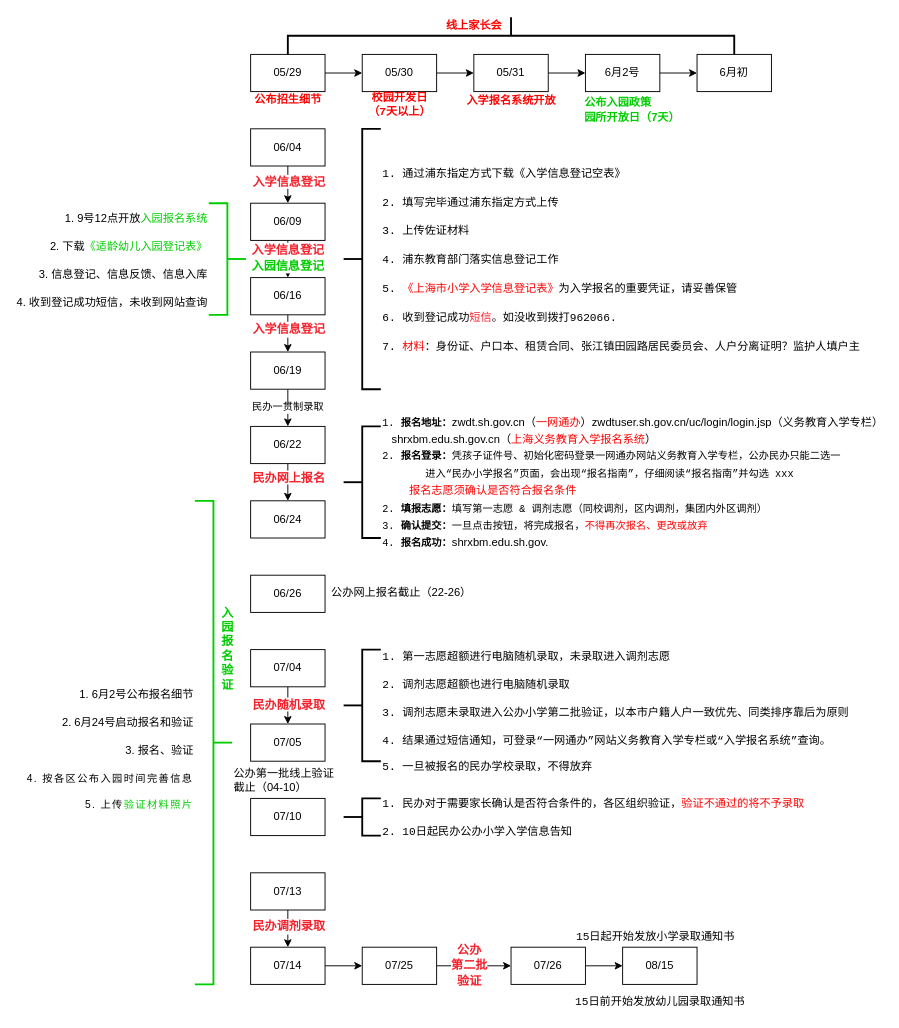
The draw.io diagram page "2022入学" (2 of 2) of 生活设计.drawio in JudeSheng/design, before the edit. Source tidied: cells renumbered, new cells numbered last; positions are measured from the earlier drawing's top-left corner, leaving out a move shared by most shapes. Both pictures are drawn from the tidied source at 93%, with x=0, y=0 at pixel (194, 17).
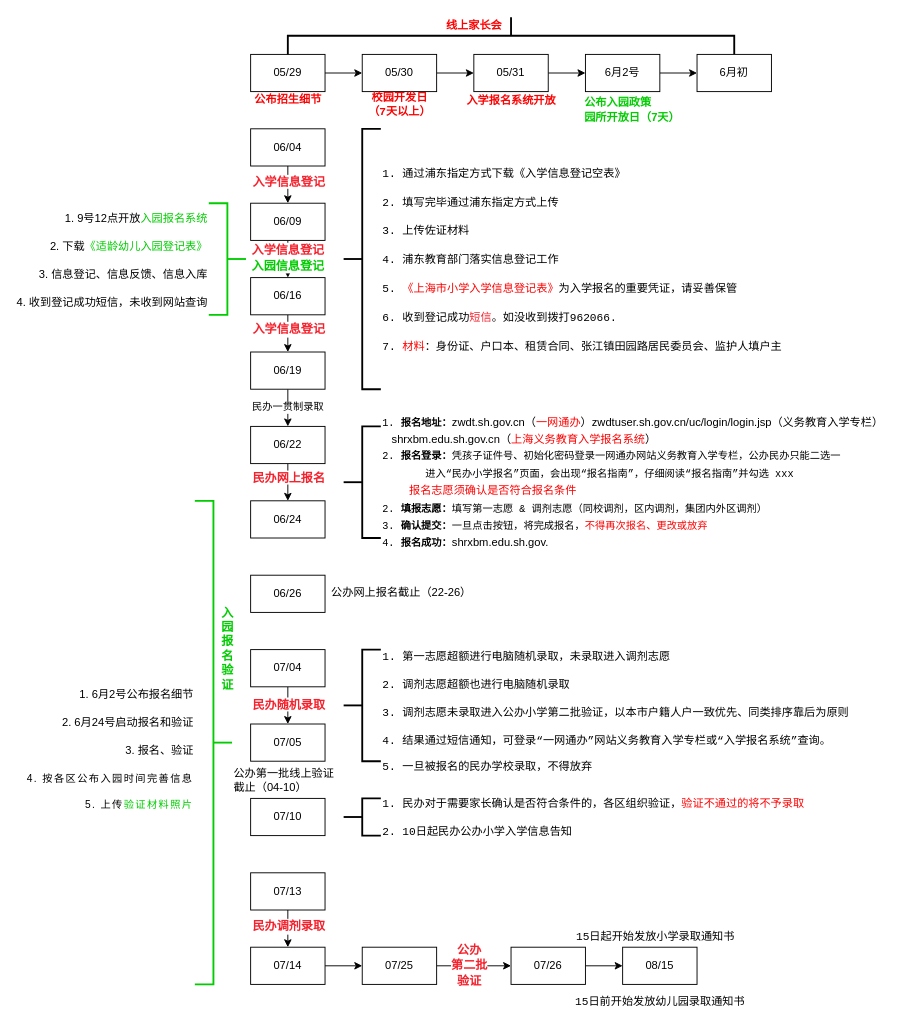
Above is the later version.

Change to the diagram source:
```diff
@@
-    <mxCell id="29" value="&lt;p style=&quot;line-height: 1.5;&quot;&gt;&lt;font face=&quot;Courier New&quot;&gt;&lt;font style=&quot;font-size: 12px;&quot;&gt;1. 通过浦东指定方式下载&lt;font style=&quot;font-size: 12px;&quot;&gt;《&lt;span style=&quot;background-color: initial; font-size: 12px;&quot;&gt;入学信息登记空表&lt;/span&gt;&lt;span style=&quot;background-color: initial; font-size: 12px;&quot;&gt;》&lt;/span&gt;&lt;/font&gt;&lt;/font&gt;&lt;/font&gt;&lt;/p&gt;&lt;p style=&quot;line-height: 1.5;&quot;&gt;&lt;font face=&quot;Courier New&quot;&gt;&lt;font style=&quot;font-size: 12px;&quot;&gt;&lt;font style=&quot;font-size: 12px;&quot;&gt;&lt;span style=&quot;background-color: initial; font-size: 12px;&quot;&gt;2. 填写完毕通过浦东指定方式上传&lt;/span&gt;&lt;/font&gt;&lt;/font&gt;&lt;/font&gt;&lt;/p&gt;&lt;p style=&quot;line-height: 1.5;&quot;&gt;&lt;font face=&quot;Courier New&quot;&gt;&lt;font style=&quot;font-size: 12px;&quot;&gt;&lt;span style=&quot;background-color: initial;&quot;&gt;3. 上传佐证材料&lt;/span&gt;&lt;/font&gt;&lt;/font&gt;&lt;/p&gt;&lt;p style=&quot;line-height: 1.5;&quot;&gt;&lt;font face=&quot;Courier New&quot;&gt;&lt;font style=&quot;font-size: 12px;&quot;&gt;&lt;span style=&quot;background-color: initial;&quot;&gt;4. 浦东&lt;/span&gt;&lt;/font&gt;&lt;span style=&quot;background-color: initial;&quot;&gt;教育部门落实信息登记工作&lt;/span&gt;&lt;/font&gt;&lt;/p&gt;&lt;p style=&quot;line-height: 1.5;&quot;&gt;&lt;font face=&quot;Courier New&quot;&gt;&lt;span style=&quot;background-color: initial;&quot;&gt;5.&amp;nbsp;&lt;/span&gt;&lt;span style=&quot;background-color: initial;&quot;&gt;&lt;font color=&quot;#ff0000&quot;&gt;《上海市小学入学信息登记表》&lt;/font&gt;为入学报名的重要凭证，请妥善保管&lt;/span&gt;&lt;/font&gt;&lt;/p&gt;&lt;p style=&quot;line-height: 1.5;&quot;&gt;&lt;font face=&quot;Courier New&quot;&gt;&lt;span style=&quot;background-color: initial;&quot;&gt;6.&amp;nbsp;&lt;/span&gt;&lt;span style=&quot;background-color: initial;&quot; class=&quot;ne-text&quot;&gt;收到登记成功&lt;/span&gt;&lt;span style=&quot;background-color: initial; color: rgb(245, 34, 45);&quot; class=&quot;ne-text&quot;&gt;短信&lt;/span&gt;&lt;span style=&quot;background-color: initial;&quot; class=&quot;ne-text&quot;&gt;。如没收到拨打962066.&lt;/span&gt;&lt;/font&gt;&lt;/p&gt;&lt;p style=&quot;line-height: 1.5;&quot;&gt;&lt;font face=&quot;Courier New&quot;&gt;&lt;span style=&quot;background-color: initial;&quot; class=&quot;ne-text&quot;&gt;7. &lt;font color=&quot;#ff0000&quot;&gt;材料&lt;/font&gt;：身份证、户口本、租赁合同、张江镇田园路居民委员会、人户分离证明？监护人填户主&lt;/span&gt;&lt;/font&gt;&lt;/p&gt;" style="strokeWidth=2;html=1;shape=mxgraph.flowchart.annotation_2;align=left;labelPosition=right;fontSize=12;verticalAlign=middle;horizontal=1;spacing=2;spacingTop=1;fontFamily=Helvetica;" parent="1" vertex="1">
+    <mxCell id="29" value="&lt;p style=&quot;line-height: 1.5;&quot;&gt;&lt;font face=&quot;Courier New&quot;&gt;&lt;font style=&quot;font-size: 12px;&quot;&gt;1. 通过浦东指定方式下载&lt;font style=&quot;font-size: 12px;&quot;&gt;《&lt;span style=&quot;background-color: initial; font-size: 12px;&quot;&gt;入学信息登记空表&lt;/span&gt;&lt;span style=&quot;background-color: initial; font-size: 12px;&quot;&gt;》&lt;/span&gt;&lt;/font&gt;&lt;/font&gt;&lt;/font&gt;&lt;/p&gt;&lt;p style=&quot;line-height: 1.5;&quot;&gt;&lt;font face=&quot;Courier New&quot;&gt;&lt;font style=&quot;font-size: 12px;&quot;&gt;&lt;font style=&quot;font-size: 12px;&quot;&gt;&lt;span style=&quot;background-color: initial; font-size: 12px;&quot;&gt;2. 填写完毕通过浦东指定方式上传&lt;/span&gt;&lt;/font&gt;&lt;/font&gt;&lt;/font&gt;&lt;/p&gt;&lt;p style=&quot;line-height: 1.5;&quot;&gt;&lt;font face=&quot;Courier New&quot;&gt;&lt;font style=&quot;font-size: 12px;&quot;&gt;&lt;span style=&quot;background-color: initial;&quot;&gt;3. 上传佐证材料&lt;/span&gt;&lt;/font&gt;&lt;/font&gt;&lt;/p&gt;&lt;p style=&quot;line-height: 1.5;&quot;&gt;&lt;font face=&quot;Courier New&quot;&gt;&lt;font style=&quot;font-size: 12px;&quot;&gt;&lt;span style=&quot;background-color: initial;&quot;&gt;4. 浦东&lt;/span&gt;&lt;/font&gt;&lt;span style=&quot;background-color: initial;&quot;&gt;教育部门落实信息登记工作&lt;/span&gt;&lt;/font&gt;&lt;/p&gt;&lt;p style=&quot;line-height: 1.5;&quot;&gt;&lt;font face=&quot;Courier New&quot;&gt;&lt;span style=&quot;background-color: initial;&quot;&gt;5.&amp;nbsp;&lt;/span&gt;&lt;span style=&quot;background-color: initial;&quot;&gt;&lt;font color=&quot;#ff0000&quot;&gt;《上海市小学入学信息登记表》&lt;/font&gt;为入学报名的重要凭证，请妥善保管&lt;/span&gt;&lt;/font&gt;&lt;/p&gt;&lt;p style=&quot;line-height: 1.5;&quot;&gt;&lt;font face=&quot;Courier New&quot;&gt;&lt;span style=&quot;background-color: initial;&quot;&gt;6.&amp;nbsp;&lt;/span&gt;&lt;span style=&quot;background-color: initial;&quot; class=&quot;ne-text&quot;&gt;收到登记成功&lt;/span&gt;&lt;span style=&quot;background-color: initial; color: rgb(245, 34, 45);&quot; class=&quot;ne-text&quot;&gt;短信&lt;/span&gt;&lt;span style=&quot;background-color: initial;&quot; class=&quot;ne-text&quot;&gt;。如没收到拨打962066.&lt;/span&gt;&lt;/font&gt;&lt;/p&gt;&lt;p style=&quot;line-height: 1.5;&quot;&gt;&lt;font face=&quot;Courier New&quot;&gt;&lt;span style=&quot;background-color: initial;&quot; class=&quot;ne-text&quot;&gt;7. &lt;font color=&quot;#ff0000&quot;&gt;材料&lt;/font&gt;：身份证、户口本、租赁合同、张江镇田园路居民委员会、监护人填户主&lt;/span&gt;&lt;/font&gt;&lt;/p&gt;" style="strokeWidth=2;html=1;shape=mxgraph.flowchart.annotation_2;align=left;labelPosition=right;fontSize=12;verticalAlign=middle;horizontal=1;spacing=2;spacingTop=1;fontFamily=Helvetica;" parent="1" vertex="1">
       <mxGeometry x="160" y="120" width="40" height="280" as="geometry" />
     </mxCell>
```
